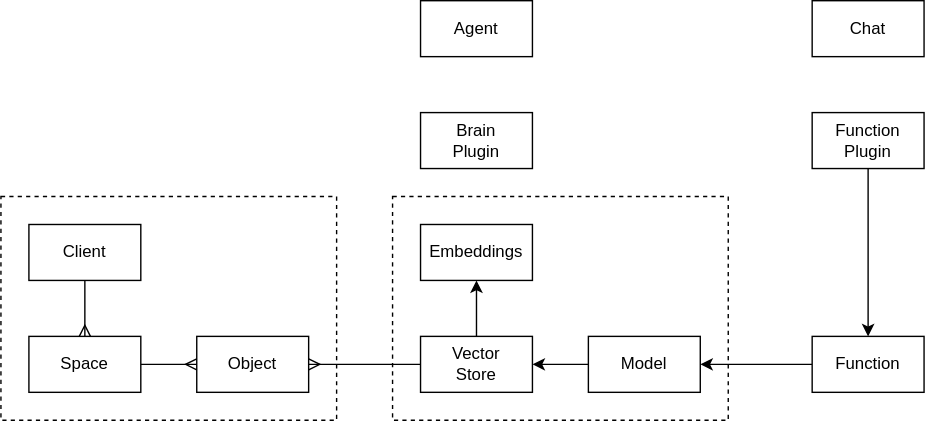
Before: docs/docs/design/diagrams/chain.drawio.svg, a diagram exported from draw.io (dxos/dxos). Source tidied: cells renumbered, new cells last; positions are measured from the earlier drawing's top-left corner, leaving out a move shared by most shapes. Source of this version:
```xml
<mxGraphModel>
  <root>
    <mxCell id="0" />
    <mxCell id="1" parent="0" />
    <mxCell id="2" style="rounded=0;whiteSpace=wrap;html=1;fillColor=none;dashed=1;" parent="1" vertex="1">
      <mxGeometry x="280" y="140" width="240" height="160" as="geometry" />
    </mxCell>
    <mxCell id="3" style="rounded=0;whiteSpace=wrap;html=1;fillColor=none;dashed=1;" parent="1" vertex="1">
      <mxGeometry y="140" width="240" height="160" as="geometry" />
    </mxCell>
    <mxCell id="4" value="Object" style="rounded=0;whiteSpace=wrap;html=1;" parent="1" vertex="1">
      <mxGeometry x="140" y="240" width="80" height="40" as="geometry" />
    </mxCell>
    <mxCell id="5" style="edgeStyle=none;html=1;exitX=0.5;exitY=0;exitDx=0;exitDy=0;" parent="1" edge="1" source="7" target="8">
      <mxGeometry relative="1" as="geometry" />
    </mxCell>
    <mxCell id="6" style="edgeStyle=none;html=1;exitX=0;exitY=0.5;exitDx=0;exitDy=0;endArrow=ERmany;endFill=0;" parent="1" edge="1" source="7" target="4">
      <mxGeometry relative="1" as="geometry" />
    </mxCell>
    <mxCell id="7" value="Vector&lt;br&gt;Store" style="rounded=0;whiteSpace=wrap;html=1;" parent="1" vertex="1">
      <mxGeometry x="300" y="240" width="80" height="40" as="geometry" />
    </mxCell>
    <mxCell id="8" value="Embeddings" style="rounded=0;whiteSpace=wrap;html=1;" parent="1" vertex="1">
      <mxGeometry x="300" y="160" width="80" height="40" as="geometry" />
    </mxCell>
    <mxCell id="9" style="edgeStyle=none;html=1;exitX=0;exitY=0.5;exitDx=0;exitDy=0;endArrow=classic;endFill=1;" parent="1" edge="1" source="10" target="7">
      <mxGeometry relative="1" as="geometry" />
    </mxCell>
    <mxCell id="10" value="Model" style="rounded=0;whiteSpace=wrap;html=1;" parent="1" vertex="1">
      <mxGeometry x="420" y="240" width="80" height="40" as="geometry" />
    </mxCell>
    <mxCell id="11" style="edgeStyle=none;html=1;exitX=1;exitY=0.5;exitDx=0;exitDy=0;endArrow=ERmany;endFill=0;" parent="1" edge="1" source="12" target="4">
      <mxGeometry relative="1" as="geometry" />
    </mxCell>
    <mxCell id="12" value="Space" style="rounded=0;whiteSpace=wrap;html=1;" parent="1" vertex="1">
      <mxGeometry x="20" y="240" width="80" height="40" as="geometry" />
    </mxCell>
    <mxCell id="13" style="edgeStyle=none;html=1;exitX=0.5;exitY=1;exitDx=0;exitDy=0;endArrow=ERmany;endFill=0;" parent="1" edge="1" source="14" target="12">
      <mxGeometry relative="1" as="geometry" />
    </mxCell>
    <mxCell id="14" value="Client" style="rounded=0;whiteSpace=wrap;html=1;" parent="1" vertex="1">
      <mxGeometry x="20" y="160" width="80" height="40" as="geometry" />
    </mxCell>
    <mxCell id="15" value="Agent" style="rounded=0;whiteSpace=wrap;html=1;" parent="1" vertex="1">
      <mxGeometry x="300" width="80" height="40" as="geometry" />
    </mxCell>
    <mxCell id="16" style="edgeStyle=none;html=1;endArrow=classic;endFill=1;" parent="1" edge="1" source="21" target="19">
      <mxGeometry relative="1" as="geometry" />
    </mxCell>
    <mxCell id="17" value="Chat" style="rounded=0;whiteSpace=wrap;html=1;" parent="1" vertex="1">
      <mxGeometry x="580" width="80" height="40" as="geometry" />
    </mxCell>
    <mxCell id="18" style="edgeStyle=none;html=1;exitX=0;exitY=0.5;exitDx=0;exitDy=0;endArrow=classic;endFill=1;" parent="1" edge="1" source="19" target="10">
      <mxGeometry relative="1" as="geometry" />
    </mxCell>
    <mxCell id="19" value="Function" style="rounded=0;whiteSpace=wrap;html=1;" parent="1" vertex="1">
      <mxGeometry x="580" y="240" width="80" height="40" as="geometry" />
    </mxCell>
    <mxCell id="20" value="Brain&lt;br&gt;Plugin" style="rounded=0;whiteSpace=wrap;html=1;" parent="1" vertex="1">
      <mxGeometry x="300" y="80" width="80" height="40" as="geometry" />
    </mxCell>
    <mxCell id="21" value="Function&lt;br&gt;Plugin" style="rounded=0;whiteSpace=wrap;html=1;" parent="1" vertex="1">
      <mxGeometry x="580" y="80" width="80" height="40" as="geometry" />
    </mxCell>
  </root>
</mxGraphModel>
```
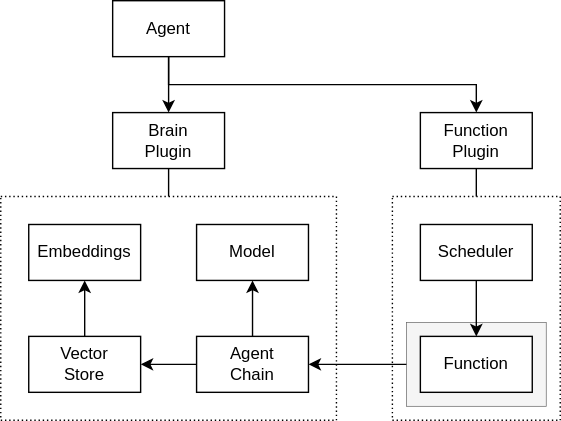
Above is the later version.

What changed in the source:
```diff
@@ -2,65 +2,73 @@
   <root>
     <mxCell id="0" />
     <mxCell id="1" parent="0" />
+    <mxCell id="22" style="rounded=0;whiteSpace=wrap;html=1;fillColor=none;dashed=1;dashPattern=1 2;" parent="1" vertex="1">
+      <mxGeometry x="560" y="140" width="120" height="160" as="geometry" />
+    </mxCell>
+    <mxCell id="23" style="rounded=0;whiteSpace=wrap;html=1;fillColor=#f5f5f5;fontColor=#333333;strokeColor=#666666;strokeWidth=0.5;" parent="1" vertex="1">
+      <mxGeometry x="570" y="230" width="100" height="60" as="geometry" />
+    </mxCell>
-    <mxCell id="2" style="rounded=0;whiteSpace=wrap;html=1;fillColor=none;dashed=1;" parent="1" vertex="1">
+    <mxCell id="2" style="rounded=0;whiteSpace=wrap;html=1;fillColor=none;dashed=1;dashPattern=1 2;" parent="1" vertex="1">
       <mxGeometry x="280" y="140" width="240" height="160" as="geometry" />
     </mxCell>
-    <mxCell id="3" style="rounded=0;whiteSpace=wrap;html=1;fillColor=none;dashed=1;" parent="1" vertex="1">
-      <mxGeometry y="140" width="240" height="160" as="geometry" />
-    </mxCell>
-    <mxCell id="4" value="Object" style="rounded=0;whiteSpace=wrap;html=1;" parent="1" vertex="1">
-      <mxGeometry x="140" y="240" width="80" height="40" as="geometry" />
-    </mxCell>
-    <mxCell id="5" style="edgeStyle=none;html=1;exitX=0.5;exitY=0;exitDx=0;exitDy=0;" parent="1" edge="1" source="7" target="8">
+    <mxCell id="5" style="edgeStyle=none;html=1;" parent="1" edge="1" source="7" target="8">
       <mxGeometry relative="1" as="geometry" />
     </mxCell>
-    <mxCell id="6" style="edgeStyle=none;html=1;exitX=0;exitY=0.5;exitDx=0;exitDy=0;endArrow=ERmany;endFill=0;" parent="1" edge="1" source="7" target="4">
-      <mxGeometry relative="1" as="geometry" />
-    </mxCell>
     <mxCell id="7" value="Vector&lt;br&gt;Store" style="rounded=0;whiteSpace=wrap;html=1;" parent="1" vertex="1">
       <mxGeometry x="300" y="240" width="80" height="40" as="geometry" />
     </mxCell>
     <mxCell id="8" value="Embeddings" style="rounded=0;whiteSpace=wrap;html=1;" parent="1" vertex="1">
       <mxGeometry x="300" y="160" width="80" height="40" as="geometry" />
     </mxCell>
-    <mxCell id="9" style="edgeStyle=none;html=1;exitX=0;exitY=0.5;exitDx=0;exitDy=0;endArrow=classic;endFill=1;" parent="1" edge="1" source="10" target="7">
+    <mxCell id="9" style="edgeStyle=none;html=1;endArrow=classic;endFill=1;" parent="1" edge="1" source="28" target="10">
       <mxGeometry relative="1" as="geometry" />
     </mxCell>
     <mxCell id="10" value="Model" style="rounded=0;whiteSpace=wrap;html=1;" parent="1" vertex="1">
-      <mxGeometry x="420" y="240" width="80" height="40" as="geometry" />
+      <mxGeometry x="420" y="160" width="80" height="40" as="geometry" />
     </mxCell>
-    <mxCell id="11" style="edgeStyle=none;html=1;exitX=1;exitY=0.5;exitDx=0;exitDy=0;endArrow=ERmany;endFill=0;" parent="1" edge="1" source="12" target="4">
-      <mxGeometry relative="1" as="geometry" />
-    </mxCell>
-    <mxCell id="12" value="Space" style="rounded=0;whiteSpace=wrap;html=1;" parent="1" vertex="1">
-      <mxGeometry x="20" y="240" width="80" height="40" as="geometry" />
-    </mxCell>
-    <mxCell id="13" style="edgeStyle=none;html=1;exitX=0.5;exitY=1;exitDx=0;exitDy=0;endArrow=ERmany;endFill=0;" parent="1" edge="1" source="14" target="12">
-      <mxGeometry relative="1" as="geometry" />
-    </mxCell>
-    <mxCell id="14" value="Client" style="rounded=0;whiteSpace=wrap;html=1;" parent="1" vertex="1">
-      <mxGeometry x="20" y="160" width="80" height="40" as="geometry" />
-    </mxCell>
+    <mxCell id="24" style="edgeStyle=none;html=1;exitX=0.5;exitY=1;exitDx=0;exitDy=0;" parent="1" edge="1" source="15" target="20">
+      <mxGeometry relative="1" as="geometry" />
+    </mxCell>
+    <mxCell id="25" style="edgeStyle=none;html=1;exitX=0.5;exitY=1;exitDx=0;exitDy=0;entryX=0.5;entryY=0;entryDx=0;entryDy=0;rounded=0;" parent="1" edge="1" source="15" target="21">
+      <mxGeometry relative="1" as="geometry">
+        <Array as="points">
+          <mxPoint x="400" y="60" />
+          <mxPoint x="620" y="60" />
+        </Array>
+      </mxGeometry>
+    </mxCell>
     <mxCell id="15" value="Agent" style="rounded=0;whiteSpace=wrap;html=1;" parent="1" vertex="1">
-      <mxGeometry x="300" width="80" height="40" as="geometry" />
+      <mxGeometry x="360" width="80" height="40" as="geometry" />
     </mxCell>
-    <mxCell id="16" style="edgeStyle=none;html=1;endArrow=classic;endFill=1;" parent="1" edge="1" source="21" target="19">
+    <mxCell id="16" style="edgeStyle=none;html=1;endArrow=none;endFill=0;" parent="1" edge="1" source="21" target="22">
       <mxGeometry relative="1" as="geometry" />
     </mxCell>
-    <mxCell id="17" value="Chat" style="rounded=0;whiteSpace=wrap;html=1;" parent="1" vertex="1">
-      <mxGeometry x="580" width="80" height="40" as="geometry" />
-    </mxCell>
-    <mxCell id="18" style="edgeStyle=none;html=1;exitX=0;exitY=0.5;exitDx=0;exitDy=0;endArrow=classic;endFill=1;" parent="1" edge="1" source="19" target="10">
+    <mxCell id="18" style="edgeStyle=none;html=1;exitX=0;exitY=0.5;exitDx=0;exitDy=0;endArrow=classic;endFill=1;" parent="1" edge="1" source="23" target="28">
       <mxGeometry relative="1" as="geometry" />
     </mxCell>
     <mxCell id="19" value="Function" style="rounded=0;whiteSpace=wrap;html=1;" parent="1" vertex="1">
       <mxGeometry x="580" y="240" width="80" height="40" as="geometry" />
     </mxCell>
+    <mxCell id="26" style="edgeStyle=none;rounded=0;html=1;exitX=0.5;exitY=1;exitDx=0;exitDy=0;entryX=0.5;entryY=0;entryDx=0;entryDy=0;endArrow=none;endFill=0;" parent="1" edge="1" source="20" target="2">
+      <mxGeometry relative="1" as="geometry" />
+    </mxCell>
     <mxCell id="20" value="Brain&lt;br&gt;Plugin" style="rounded=0;whiteSpace=wrap;html=1;" parent="1" vertex="1">
-      <mxGeometry x="300" y="80" width="80" height="40" as="geometry" />
+      <mxGeometry x="360" y="80" width="80" height="40" as="geometry" />
     </mxCell>
     <mxCell id="21" value="Function&lt;br&gt;Plugin" style="rounded=0;whiteSpace=wrap;html=1;" parent="1" vertex="1">
       <mxGeometry x="580" y="80" width="80" height="40" as="geometry" />
     </mxCell>
+    <mxCell id="27" style="edgeStyle=none;rounded=0;html=1;endArrow=classic;endFill=1;" parent="1" edge="1" source="28" target="7">
+      <mxGeometry relative="1" as="geometry" />
+    </mxCell>
+    <mxCell id="28" value="Agent&lt;br&gt;Chain" style="rounded=0;whiteSpace=wrap;html=1;" parent="1" vertex="1">
+      <mxGeometry x="420" y="240" width="80" height="40" as="geometry" />
+    </mxCell>
+    <mxCell id="29" style="edgeStyle=none;rounded=0;html=1;" parent="1" edge="1" source="30" target="19">
+      <mxGeometry relative="1" as="geometry" />
+    </mxCell>
+    <mxCell id="30" value="Scheduler" style="rounded=0;whiteSpace=wrap;html=1;" parent="1" vertex="1">
+      <mxGeometry x="580" y="160" width="80" height="40" as="geometry" />
+    </mxCell>
   </root>
 </mxGraphModel>
```
